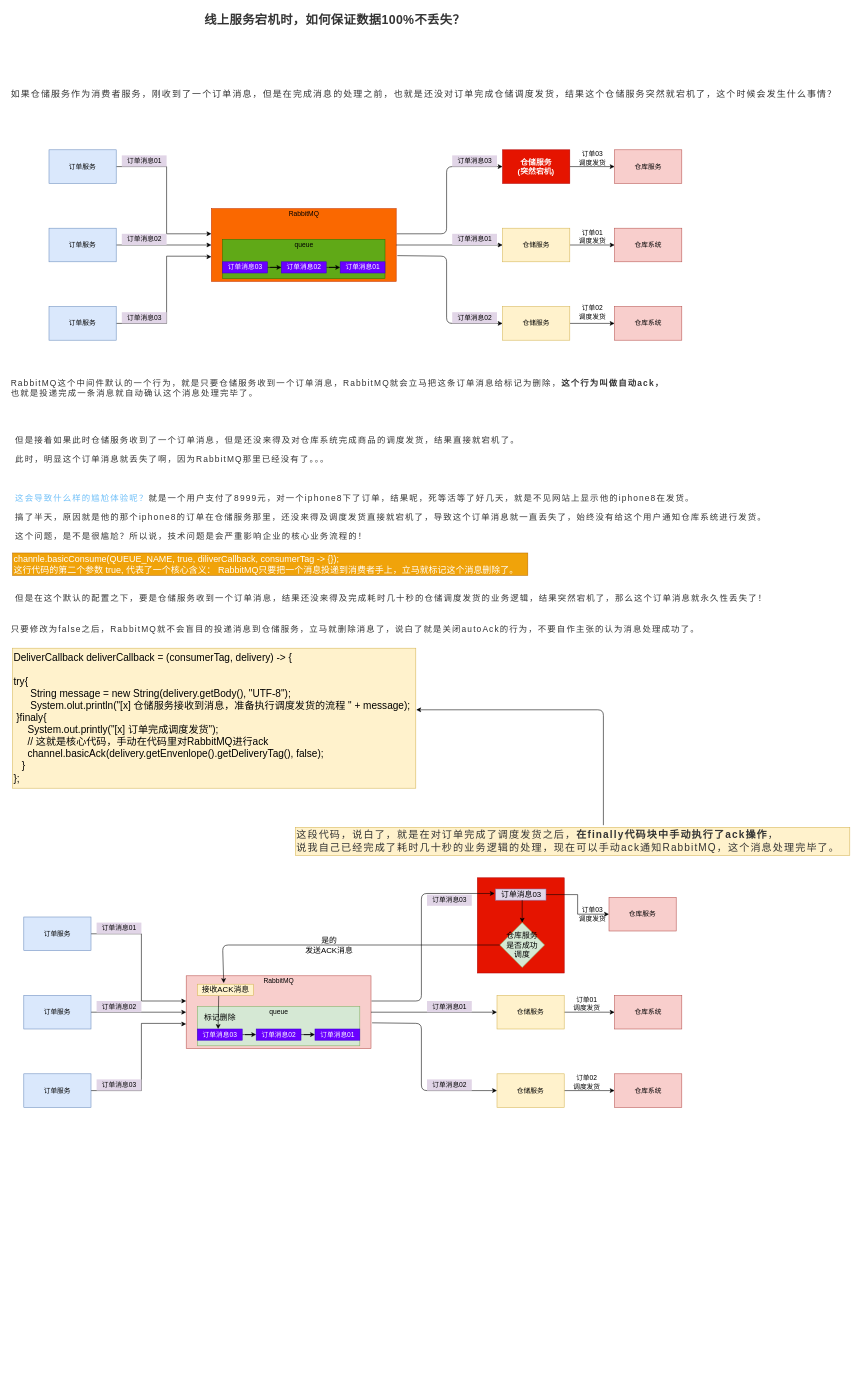
The draw.io diagram page "RabbitMQ" (8 of 8) of CI/CI/moeed.drawio in liudongdong0909/draw, before the edit. Source tidied: cells renumbered, new cells numbered last; positions are measured from the earlier drawing's top-left corner, leaving out a move shared by most shapes. Both pictures are drawn from the tidied source at 56%, with x=0, y=0 at pixel (10, 10).
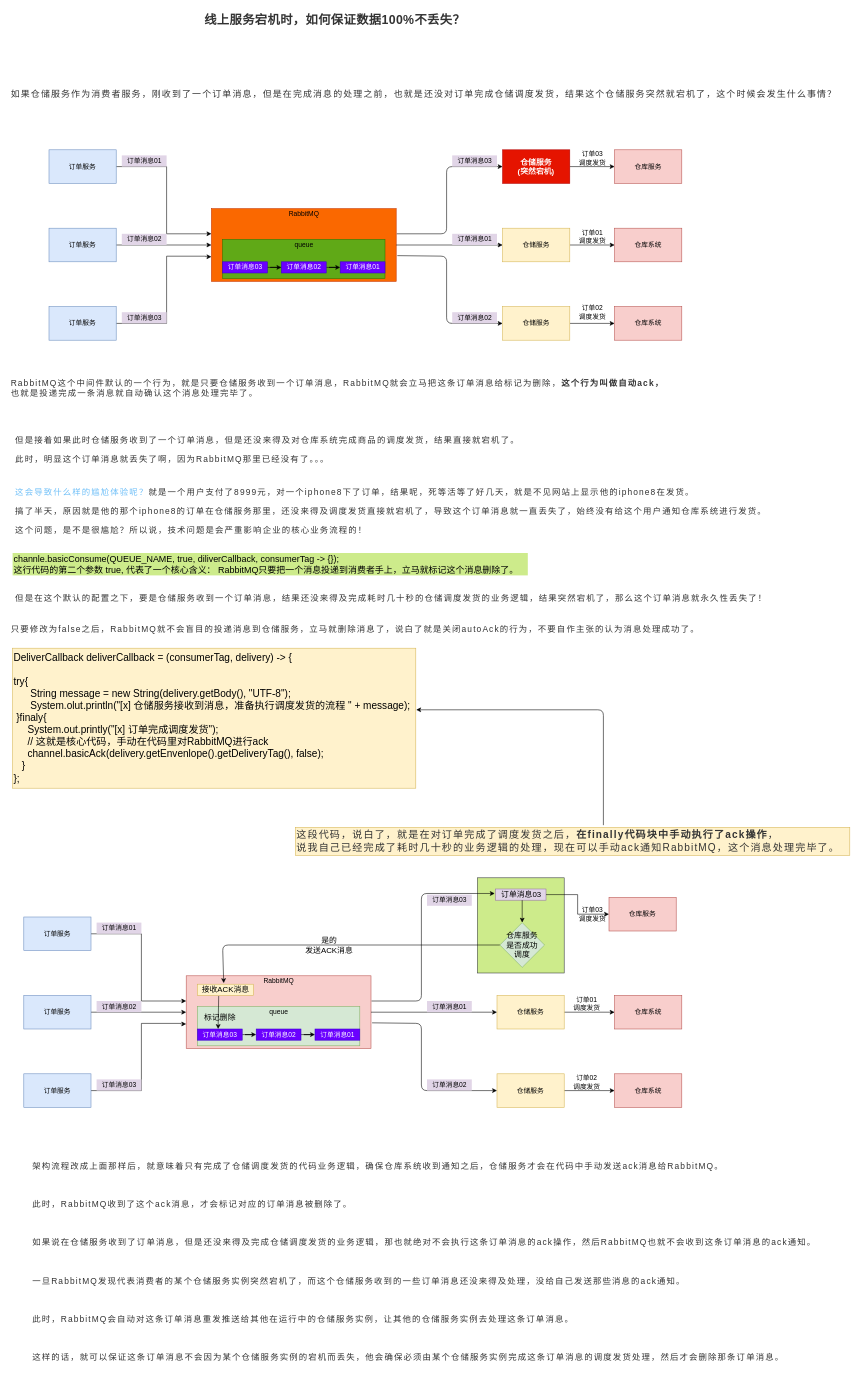
The same page after the edit.

Diff of the diagram source:
```diff
@@
     <mxCell id="42" value="&lt;p style=&quot;margin: 0px 8px ; padding: 0px ; max-width: 100% ; clear: both ; min-height: 1em ; color: rgb(51 , 51 , 51) ; font-size: 17px ; letter-spacing: 0.621714px ; line-height: 2em ; box-sizing: border-box ; overflow-wrap: break-word&quot;&gt;&lt;span style=&quot;margin: 0px ; padding: 0px ; max-width: 100% ; box-sizing: border-box ; word-wrap: break-word ; letter-spacing: 2px&quot;&gt;&lt;span style=&quot;margin: 0px ; padding: 0px ; max-width: 100% ; font-size: 15px ; color: rgb(110 , 191 , 248) ; box-sizing: border-box ; overflow-wrap: break-word&quot;&gt;这会导致什么样的尴尬体验呢？&lt;/span&gt;&lt;span style=&quot;margin: 0px ; padding: 0px ; max-width: 100% ; font-size: 15px ; box-sizing: border-box ; overflow-wrap: break-word&quot;&gt;就是一个用户支付了8999元，对一个iphone8下了订单，结果呢，死等活等了好几天，就是不见网站上显示他的iphone8在发货。&lt;/span&gt;&lt;/span&gt;&lt;/p&gt;&lt;p style=&quot;margin: 0px 8px ; padding: 0px ; max-width: 100% ; clear: both ; min-height: 1em ; color: rgb(51 , 51 , 51) ; font-size: 17px ; letter-spacing: 0.621714px ; line-height: 2em ; box-sizing: border-box ; overflow-wrap: break-word&quot;&gt;&lt;span style=&quot;font-size: 15px ; letter-spacing: 2px&quot;&gt;搞了半天，原因就是他的那个iphone8的订单在仓储服务那里，还没来得及调度发货直接就宕机了，导致这个订单消息就一直丢失了，始终没有给这个用户通知仓库系统进行发货。&lt;/span&gt;&lt;br&gt;&lt;/p&gt;&lt;p style=&quot;margin: 0px 8px ; padding: 0px ; max-width: 100% ; clear: both ; min-height: 1em ; color: rgb(51 , 51 , 51) ; font-size: 17px ; letter-spacing: 0.621714px ; line-height: 2em ; box-sizing: border-box ; overflow-wrap: break-word&quot;&gt;&lt;span style=&quot;font-size: 15px ; letter-spacing: 2px&quot;&gt;这个问题，是不是很尴尬？所以说，技术问题是会严重影响企业的核心业务流程的！&lt;/span&gt;&lt;br&gt;&lt;/p&gt;" style="text;html=1;align=left;verticalAlign=middle;fontSize=16;" parent="1" vertex="1">
-      <mxGeometry y="850" width="1370" height="110" as="geometry" />
+      <mxGeometry y="840" width="1370" height="110" as="geometry" />
     </mxCell>
-    <mxCell id="43" value="channle.basicConsume(QUEUE_NAME, true, diliverCallback, consumerTag -&amp;gt; {});&lt;br&gt;&lt;span style=&quot;text-align: center&quot;&gt;这行代码的第二个参数 true, 代表了一个核心含义： RabbitMQ只要把一个消息投递到消费者手上，立马就标记这个消息删除了。&lt;/span&gt;" style="text;html=1;align=left;verticalAlign=middle;fontSize=16;fillColor=#f0a30a;strokeColor=#BD7000;fontColor=#ffffff;" parent="1" vertex="1">
+    <mxCell id="43" value="channle.basicConsume(QUEUE_NAME, true, diliverCallback, consumerTag -&amp;gt; {});&lt;br&gt;&lt;span style=&quot;text-align: center&quot;&gt;这行代码的第二个参数 true, 代表了一个核心含义： RabbitMQ只要把一个消息投递到消费者手上，立马就标记这个消息删除了。&lt;/span&gt;" style="text;html=1;align=left;verticalAlign=middle;fontSize=16;fillColor=#cdeb8b;" parent="1" vertex="1">
       <mxGeometry x="5" y="970" width="920" height="40" as="geometry" />
     </mxCell>
@@
-    <mxCell id="56" value="&lt;b style=&quot;font-size: 14px&quot;&gt;&lt;br&gt;&lt;br&gt;&lt;/b&gt;" style="whiteSpace=wrap;html=1;fillColor=#e51400;strokeColor=#B20000;fontColor=#ffffff;" parent="1" vertex="1">
+    <mxCell id="56" value="&lt;b style=&quot;font-size: 14px&quot;&gt;&lt;br&gt;&lt;br&gt;&lt;/b&gt;" style="whiteSpace=wrap;html=1;fillColor=#cdeb8b;strokeColor=#36393d;" parent="1" vertex="1">
       <mxGeometry x="835" y="1550" width="155" height="170" as="geometry" />
     </mxCell>
@@
+    <mxCell id="93" value="&lt;p style=&quot;margin: 0px 8px ; padding: 0px ; max-width: 100% ; clear: both ; min-height: 1em ; color: rgb(51 , 51 , 51) ; font-family: , &amp;#34;blinkmacsystemfont&amp;#34; , &amp;#34;helvetica neue&amp;#34; , &amp;#34;pingfang sc&amp;#34; , &amp;#34;hiragino sans gb&amp;#34; , &amp;#34;microsoft yahei ui&amp;#34; , &amp;#34;microsoft yahei&amp;#34; , &amp;#34;arial&amp;#34; , sans-serif ; font-size: 17px ; letter-spacing: 0.621714px ; text-align: justify ; line-height: 2em ; box-sizing: border-box ; overflow-wrap: break-word&quot;&gt;&lt;span style=&quot;margin: 0px ; padding: 0px ; max-width: 100% ; box-sizing: border-box ; word-wrap: break-word ; font-size: 15px ; letter-spacing: 2px&quot;&gt;架构流程改成上面那样后，就意味着只有完成了仓储调度发货的代码业务逻辑，确保仓库系统收到通知之后，仓储服务才会在代码中手动发送ack消息给RabbitMQ。&lt;/span&gt;&lt;/p&gt;&lt;p style=&quot;margin: 0px 8px ; padding: 0px ; max-width: 100% ; clear: both ; min-height: 1em ; color: rgb(51 , 51 , 51) ; font-family: , &amp;#34;blinkmacsystemfont&amp;#34; , &amp;#34;helvetica neue&amp;#34; , &amp;#34;pingfang sc&amp;#34; , &amp;#34;hiragino sans gb&amp;#34; , &amp;#34;microsoft yahei ui&amp;#34; , &amp;#34;microsoft yahei&amp;#34; , &amp;#34;arial&amp;#34; , sans-serif ; font-size: 17px ; letter-spacing: 0.621714px ; text-align: justify ; line-height: 2em ; box-sizing: border-box ; overflow-wrap: break-word&quot;&gt;&lt;span style=&quot;margin: 0px ; padding: 0px ; max-width: 100% ; box-sizing: border-box ; word-wrap: break-word ; font-size: 15px ; letter-spacing: 2px&quot;&gt;&lt;br style=&quot;margin: 0px ; padding: 0px ; max-width: 100% ; box-sizing: border-box ; word-wrap: break-word&quot;&gt;&lt;/span&gt;&lt;/p&gt;&lt;p style=&quot;margin: 0px 8px ; padding: 0px ; max-width: 100% ; clear: both ; min-height: 1em ; color: rgb(51 , 51 , 51) ; font-family: , &amp;#34;blinkmacsystemfont&amp;#34; , &amp;#34;helvetica neue&amp;#34; , &amp;#34;pingfang sc&amp;#34; , &amp;#34;hiragino sans gb&amp;#34; , &amp;#34;microsoft yahei ui&amp;#34; , &amp;#34;microsoft yahei&amp;#34; , &amp;#34;arial&amp;#34; , sans-serif ; font-size: 17px ; letter-spacing: 0.621714px ; text-align: justify ; line-height: 2em ; box-sizing: border-box ; overflow-wrap: break-word&quot;&gt;&lt;span style=&quot;margin: 0px ; padding: 0px ; max-width: 100% ; box-sizing: border-box ; word-wrap: break-word ; font-size: 15px ; letter-spacing: 2px&quot;&gt;此时，RabbitMQ收到了这个ack消息，才会标记对应的订单消息被删除了。&lt;/span&gt;&lt;/p&gt;&lt;p style=&quot;margin: 0px 8px ; padding: 0px ; max-width: 100% ; clear: both ; min-height: 1em ; color: rgb(51 , 51 , 51) ; font-family: , &amp;#34;blinkmacsystemfont&amp;#34; , &amp;#34;helvetica neue&amp;#34; , &amp;#34;pingfang sc&amp;#34; , &amp;#34;hiragino sans gb&amp;#34; , &amp;#34;microsoft yahei ui&amp;#34; , &amp;#34;microsoft yahei&amp;#34; , &amp;#34;arial&amp;#34; , sans-serif ; font-size: 17px ; letter-spacing: 0.621714px ; text-align: justify ; line-height: 2em ; box-sizing: border-box ; overflow-wrap: break-word&quot;&gt;&lt;span style=&quot;margin: 0px ; padding: 0px ; max-width: 100% ; box-sizing: border-box ; word-wrap: break-word ; font-size: 15px ; letter-spacing: 2px&quot;&gt;&lt;br style=&quot;margin: 0px ; padding: 0px ; max-width: 100% ; box-sizing: border-box ; word-wrap: break-word&quot;&gt;&lt;/span&gt;&lt;/p&gt;&lt;p style=&quot;margin: 0px 8px ; padding: 0px ; max-width: 100% ; clear: both ; min-height: 1em ; color: rgb(51 , 51 , 51) ; font-family: , &amp;#34;blinkmacsystemfont&amp;#34; , &amp;#34;helvetica neue&amp;#34; , &amp;#34;pingfang sc&amp;#34; , &amp;#34;hiragino sans gb&amp;#34; , &amp;#34;microsoft yahei ui&amp;#34; , &amp;#34;microsoft yahei&amp;#34; , &amp;#34;arial&amp;#34; , sans-serif ; font-size: 17px ; letter-spacing: 0.621714px ; text-align: justify ; line-height: 2em ; box-sizing: border-box ; overflow-wrap: break-word&quot;&gt;&lt;span style=&quot;margin: 0px ; padding: 0px ; max-width: 100% ; box-sizing: border-box ; word-wrap: break-word ; font-size: 15px ; letter-spacing: 2px&quot;&gt;如果说在仓储服务收到了订单消息，但是还没来得及完成仓储调度发货的业务逻辑，那也就绝对不会执行这条订单消息的ack操作，然后RabbitMQ也就不会收到这条订单消息的ack通知。&lt;/span&gt;&lt;/p&gt;&lt;p style=&quot;margin: 0px 8px ; padding: 0px ; max-width: 100% ; clear: both ; min-height: 1em ; color: rgb(51 , 51 , 51) ; font-family: , &amp;#34;blinkmacsystemfont&amp;#34; , &amp;#34;helvetica neue&amp;#34; , &amp;#34;pingfang sc&amp;#34; , &amp;#34;hiragino sans gb&amp;#34; , &amp;#34;microsoft yahei ui&amp;#34; , &amp;#34;microsoft yahei&amp;#34; , &amp;#34;arial&amp;#34; , sans-serif ; font-size: 17px ; letter-spacing: 0.621714px ; text-align: justify ; line-height: 2em ; box-sizing: border-box ; overflow-wrap: break-word&quot;&gt;&lt;span style=&quot;margin: 0px ; padding: 0px ; max-width: 100% ; box-sizing: border-box ; word-wrap: break-word ; font-size: 15px ; letter-spacing: 2px&quot;&gt;&lt;br style=&quot;margin: 0px ; padding: 0px ; max-width: 100% ; box-sizing: border-box ; word-wrap: break-word&quot;&gt;&lt;/span&gt;&lt;/p&gt;&lt;p style=&quot;margin: 0px 8px ; padding: 0px ; max-width: 100% ; clear: both ; min-height: 1em ; color: rgb(51 , 51 , 51) ; font-family: , &amp;#34;blinkmacsystemfont&amp;#34; , &amp;#34;helvetica neue&amp;#34; , &amp;#34;pingfang sc&amp;#34; , &amp;#34;hiragino sans gb&amp;#34; , &amp;#34;microsoft yahei ui&amp;#34; , &amp;#34;microsoft yahei&amp;#34; , &amp;#34;arial&amp;#34; , sans-serif ; font-size: 17px ; letter-spacing: 0.621714px ; text-align: justify ; line-height: 2em ; box-sizing: border-box ; overflow-wrap: break-word&quot;&gt;&lt;span style=&quot;margin: 0px ; padding: 0px ; max-width: 100% ; box-sizing: border-box ; word-wrap: break-word ; font-size: 15px ; letter-spacing: 2px&quot;&gt;一旦RabbitMQ发现代表消费者的某个仓储服务实例突然宕机了，而这个仓储服务收到的一些订单消息还没来得及处理，没给自己发送那些消息的ack通知。&lt;/span&gt;&lt;/p&gt;&lt;p style=&quot;margin: 0px 8px ; padding: 0px ; max-width: 100% ; clear: both ; min-height: 1em ; color: rgb(51 , 51 , 51) ; font-family: , &amp;#34;blinkmacsystemfont&amp;#34; , &amp;#34;helvetica neue&amp;#34; , &amp;#34;pingfang sc&amp;#34; , &amp;#34;hiragino sans gb&amp;#34; , &amp;#34;microsoft yahei ui&amp;#34; , &amp;#34;microsoft yahei&amp;#34; , &amp;#34;arial&amp;#34; , sans-serif ; font-size: 17px ; letter-spacing: 0.621714px ; text-align: justify ; line-height: 2em ; box-sizing: border-box ; overflow-wrap: break-word&quot;&gt;&lt;span style=&quot;margin: 0px ; padding: 0px ; max-width: 100% ; box-sizing: border-box ; word-wrap: break-word ; font-size: 15px ; letter-spacing: 2px&quot;&gt;&lt;br style=&quot;margin: 0px ; padding: 0px ; max-width: 100% ; box-sizing: border-box ; word-wrap: break-word&quot;&gt;&lt;/span&gt;&lt;/p&gt;&lt;p style=&quot;margin: 0px 8px ; padding: 0px ; max-width: 100% ; clear: both ; min-height: 1em ; color: rgb(51 , 51 , 51) ; font-family: , &amp;#34;blinkmacsystemfont&amp;#34; , &amp;#34;helvetica neue&amp;#34; , &amp;#34;pingfang sc&amp;#34; , &amp;#34;hiragino sans gb&amp;#34; , &amp;#34;microsoft yahei ui&amp;#34; , &amp;#34;microsoft yahei&amp;#34; , &amp;#34;arial&amp;#34; , sans-serif ; font-size: 17px ; letter-spacing: 0.621714px ; text-align: justify ; line-height: 2em ; box-sizing: border-box ; overflow-wrap: break-word&quot;&gt;&lt;span style=&quot;margin: 0px ; padding: 0px ; max-width: 100% ; box-sizing: border-box ; word-wrap: break-word ; font-size: 15px ; letter-spacing: 2px&quot;&gt;此时，RabbitMQ会自动对这条订单消息重发推送给其他在运行中的仓储服务实例，让其他的仓储服务实例去处理这条订单消息。&lt;/span&gt;&lt;/p&gt;&lt;p style=&quot;margin: 0px 8px ; padding: 0px ; max-width: 100% ; clear: both ; min-height: 1em ; color: rgb(51 , 51 , 51) ; font-family: , &amp;#34;blinkmacsystemfont&amp;#34; , &amp;#34;helvetica neue&amp;#34; , &amp;#34;pingfang sc&amp;#34; , &amp;#34;hiragino sans gb&amp;#34; , &amp;#34;microsoft yahei ui&amp;#34; , &amp;#34;microsoft yahei&amp;#34; , &amp;#34;arial&amp;#34; , sans-serif ; font-size: 17px ; letter-spacing: 0.621714px ; text-align: justify ; line-height: 2em ; box-sizing: border-box ; overflow-wrap: break-word&quot;&gt;&lt;span style=&quot;margin: 0px ; padding: 0px ; max-width: 100% ; box-sizing: border-box ; word-wrap: break-word ; font-size: 15px ; letter-spacing: 2px&quot;&gt;&lt;br style=&quot;margin: 0px ; padding: 0px ; max-width: 100% ; box-sizing: border-box ; word-wrap: break-word&quot;&gt;&lt;/span&gt;&lt;/p&gt;&lt;p style=&quot;margin: 0px 8px ; padding: 0px ; max-width: 100% ; clear: both ; min-height: 1em ; color: rgb(51 , 51 , 51) ; font-family: , &amp;#34;blinkmacsystemfont&amp;#34; , &amp;#34;helvetica neue&amp;#34; , &amp;#34;pingfang sc&amp;#34; , &amp;#34;hiragino sans gb&amp;#34; , &amp;#34;microsoft yahei ui&amp;#34; , &amp;#34;microsoft yahei&amp;#34; , &amp;#34;arial&amp;#34; , sans-serif ; font-size: 17px ; letter-spacing: 0.621714px ; text-align: justify ; line-height: 2em ; box-sizing: border-box ; overflow-wrap: break-word&quot;&gt;&lt;span style=&quot;margin: 0px ; padding: 0px ; max-width: 100% ; box-sizing: border-box ; word-wrap: break-word ; font-size: 15px ; letter-spacing: 2px&quot;&gt;这样的话，就可以保证这条订单消息不会因为某个仓储服务实例的宕机而丢失，他会确保必须由某个仓储服务实例完成这条订单消息的调度发货处理，然后才会删除那条订单消息。&lt;/span&gt;&lt;/p&gt;" style="text;html=1;align=center;verticalAlign=middle;fontSize=14;" parent="1" vertex="1">
+      <mxGeometry x="25" y="2040" width="1430" height="390" as="geometry" />
+    </mxCell>
```
